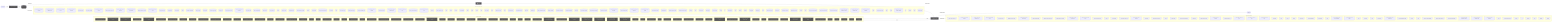
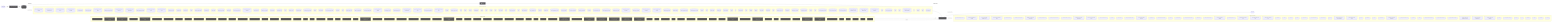
flowchart LR
  UserQ(["👤 User Query"])
  Embed["📐 Embedding Model"]
  VecDB[("📚 Vector Store")]
  Retriever["🔍 Retriever"]
  LLMNode["🧠 LLM / Generator"]
  Output(["✅ Response"])
  UserQ -->|query| Embed
  Embed -->|vector| VecDB
  VecDB -->|top-k chunks| Retriever
  Retriever -->|context + query| LLMNode
  LLMNode -->|generated answer| Output
  subgraph DetectedMemory["Detected memory stores"]
    det_detectedmemory_check_steering_feedback_contract_80134459[("check-steering-feedback-contract")]
    det_detectedmemory_prompt_context_drift_validate_runner_c8ecc6f5[("prompt-context-drift-validate-runner")]
    det_detectedmemory_prompt_context_drift_write_runner_69e6a4fd[("prompt-context-drift-write-runner")]
    det_detectedmemory_normalize_workflow_contracts_8701f1c8[("normalize-workflow-contracts")]
    det_detectedmemory_run_harness_evals_77704768[("run-harness-evals")]
    det_detectedmemory_sync_codex_preflight_7e7a8dc2[("sync-codex-preflight")]
    det_detectedmemory_test_harness_upgrade_matrix_84113c4e[("test-harness-upgrade-matrix")]
    det_detectedmemory_validate_prompt_context_drift_8c949ef6[("validate-prompt-context-drift")]
    det_detectedmemory_validate_runtime_packet_schemas_bc3ba8ec[("validate-runtime-packet-schemas")]
    det_detectedmemory_validate_system_prompt_gap_adoption_62d8c955[("validate-system-prompt-gap-adoption")]
    det_detectedmemory_validate_workflow_contracts_33dc063c[("validate-workflow-contracts")]
+     det_detectedmemory_write_agent_native_ratchet_report_67cdbeea[("write-agent-native-ratchet-report")]
    det_detectedmemory_write_prompt_context_drift_report_71a4e149[("write-prompt-context-drift-report")]
    det_detectedmemory_branch_protect_core_a8feb0fd[("branch-protect-core")]
    det_detectedmemory_ci_migrate_core_7005b5af[("ci-migrate-core")]
    det_detectedmemory_context_health_80bb7da9[("context-health")]
    det_detectedmemory_context_ea7792a2[("context")]
    det_detectedmemory_docs_gate_classification_2f51c90b[("docs-gate-classification")]
    det_detectedmemory_docs_gate_types_d285abb6[("docs-gate-types")]
    det_detectedmemory_index_context_de3ed39d[("index-context")]
    det_detectedmemory_local_memory_preflight_dcc36c42[("local-memory-preflight")]
    det_detectedmemory_memory_gate_a577a506[("memory-gate")]
    det_detectedmemory_next_prompt_context_drift_3c5a93d5[("next-prompt-context-drift")]
    det_detectedmemory_next_recommendation_decisions_03315dd4[("next-recommendation-decisions")]
    det_detectedmemory_next_runner_state_be6fe997[("next-runner-state")]
    det_detectedmemory_pattern_scope_siblings_43abe000[("pattern-scope-siblings")]
    det_detectedmemory_review_context_ca6cf81d[("review-context")]
    det_detectedmemory_review_gate_core_4c8001f9[("review-gate-core")]
    det_detectedmemory_search_24193290[("search")]
    det_detectedmemory_session_context_e5ec72c0[("session-context")]
    det_detectedmemory_tooling_audit_core_328d6a41[("tooling-audit-core")]
    det_detectedmemory_run_local_memory_preflight_36e92808[("run-local-memory-preflight")]
    det_detectedmemory_checker_d2d2328e[("checker")]
    det_detectedmemory_context_health_1_ceb11829[("context-health")]
    det_detectedmemory_prompt_context_drift_surface_c1e30b42[("prompt-context-drift-surface")]
    det_detectedmemory_test_fixtures_c2f936b0[("test-fixtures")]
    det_detectedmemory_types_2_d9bc6e7a[("types")]
    det_detectedmemory_branch_protect_sync_570adb18[("branch-protect-sync")]
    det_detectedmemory_builtin_command_specs_ac7d392e[("builtin-command-specs")]
    det_detectedmemory_command_capability_rules_ca3f496a[("command-capability-rules")]
    det_detectedmemory_command_expected_artifacts_6469c2fb[("command-expected-artifacts")]
    det_detectedmemory_command_specs_core_1c0ffc99[("command-specs-core")]
+     det_detectedmemory_command_visibility_rules_83c6a86a[("command-visibility-rules")]
    det_detectedmemory_local_memory_preflight_command_spec_9e23f3ce[("local-memory-preflight-command-spec")]
    det_detectedmemory_memory_gate_command_spec_dc9001a9[("memory-gate-command-spec")]
    det_detectedmemory_review_gate_command_spec_3187376a[("review-gate-command-spec")]
    det_detectedmemory_session_context_command_spec_973afbb1[("session-context-command-spec")]
    det_detectedmemory_constants_7517017f[("constants")]
    det_detectedmemory_context_compact_policy_3dcaf95d[("context-compact-policy")]
    det_detectedmemory_index_3_7e40d474[("index")]
    det_detectedmemory_indexer_70fa78e5[("indexer")]
    det_detectedmemory_init_error_5c7dd49f[("init-error")]
    det_detectedmemory_lexical_fallback_723e2b3e[("lexical-fallback")]
    det_detectedmemory_ollama_76e3c7bf[("ollama")]
    det_detectedmemory_rollout_a4fa034c[("rollout")]
    det_detectedmemory_sources_878a52fc[("sources")]
    det_detectedmemory_store_824d80d7[("store")]
    det_detectedmemory_sync_contract_c79fa191[("sync-contract")]
    det_detectedmemory_types_8_f6283648[("types")]
    det_detectedmemory_harness_run_context_ac7c77a9[("harness-run-context")]
    det_detectedmemory_index_4_013aa0e3[("index")]
    det_detectedmemory_json_schema_core_96d7e328[("json-schema-core")]
    det_detectedmemory_policy_validators_core_714a3fe7[("policy-validators-core")]
    det_detectedmemory_types_core_e405ddca[("types-core")]
    det_detectedmemory_validator_core_4358f8ba[("validator-core")]
    det_detectedmemory_archive_candidates_scanner_d0931789[("archive-candidates-scanner")]
    det_detectedmemory_archive_candidates_dc0e40e1[("archive-candidates")]
    det_detectedmemory_docs_task_eval_contract_79347457[("docs-task-eval-contract")]
    det_detectedmemory_docs_task_eval_fixtures_44902755[("docs-task-eval-fixtures")]
    det_detectedmemory_init_modes_c05ceb07[("init-modes")]
    det_detectedmemory_project_brain_templates_7ef51530[("project-brain-templates")]
    det_detectedmemory_scaffold_diagram_templates_dd88e83c[("scaffold-diagram-templates")]
    det_detectedmemory_scaffold_doc_templates_f6152330[("scaffold-doc-templates")]
    det_detectedmemory_scaffold_environment_templates_c1ceba6a[("scaffold-environment-templates")]
    det_detectedmemory_scaffold_hook_templates_8c74ab50[("scaffold-hook-templates")]
    det_detectedmemory_scaffold_root_command_templates_404fed7f[("scaffold-root-command-templates")]
    det_detectedmemory_scaffold_script_template_registry_69312d4e[("scaffold-script-template-registry")]
    det_detectedmemory_scaffold_shell_templates_0ad0f915[("scaffold-shell-templates")]
    det_detectedmemory_scaffold_surfaces_12d6494e[("scaffold-surfaces")]
    det_detectedmemory_scaffold_template_registry_b1cce2aa[("scaffold-template-registry")]
    det_detectedmemory_scaffold_workflow_template_92310587[("scaffold-workflow-template")]
    det_detectedmemory_eval_seed_5699fd3e[("eval-seed")]
    det_detectedmemory_index_10_f6785a46[("index")]
    det_detectedmemory_review_context_1_e3afed15[("review-context")]
    det_detectedmemory_memory_gate_1_265164ac[("memory-gate")]
    det_detectedmemory_branch_enforcer_acb749cd[("branch-enforcer")]
    det_detectedmemory_cli_args_5_09ea29f0[("cli-args")]
    det_detectedmemory_cli_7_dc4a9f7f[("cli")]
    det_detectedmemory_metrics_tracker_98cec29c[("metrics-tracker")]
    det_detectedmemory_types_20_071a0112[("types")]
    det_detectedmemory_validator_5_b19ac2be[("validator")]
    det_detectedmemory_classifier_fe1991a9[("classifier")]
    det_detectedmemory_tooling_paths_560ac80d[("tooling-paths")]
    det_detectedmemory_claim_helpers_20dc8387[("claim-helpers")]
    det_detectedmemory_types_25_89d086aa[("types")]
    det_detectedmemory_local_memory_smoke_1175abfc[("local-memory-smoke")]
    det_detectedmemory_local_memory_0db17ecc[("local-memory")]
    det_detectedmemory_performance_overload_c685bfcf[("performance-overload")]
    det_detectedmemory_suggestion_generator_0956f794[("suggestion-generator")]
    det_detectedmemory_git_head_7346fd6a[("git-head")]
    det_detectedmemory_index_12_762ec91b[("index")]
    det_detectedmemory_prompt_context_drift_builder_a451c7dd[("prompt-context-drift-builder")]
    det_detectedmemory_prompt_context_drift_report_3257a95c[("prompt-context-drift-report")]
    det_detectedmemory_prompt_context_drift_types_ba6863d4[("prompt-context-drift-types")]
    det_detectedmemory_prompt_context_drift_validation_evidence_21f0336f[("prompt-context-drift-validation-evidence")]
    det_detectedmemory_prompt_context_drift_validation_utils_2285f4ac[("prompt-context-drift-validation-utils")]
    det_detectedmemory_prompt_context_drift_validation_8fc01719[("prompt-context-drift-validation")]
    det_detectedmemory_index_13_97df39c8[("index")]
    det_detectedmemory_prompt_context_receipt_17b862b2[("prompt-context-receipt")]
    det_detectedmemory_types_32_bfe791ff[("types")]
    det_detectedmemory_policy_1_fc4198db[("policy")]
    det_detectedmemory_runtime_card_codex_runtime_validation_d8ce9934[("runtime-card-codex-runtime-validation")]
    det_detectedmemory_cli_12_01c06c37[("cli")]
    det_detectedmemory_collector_0736fd5b[("collector")]
    det_detectedmemory_types_35_93e66c64[("types")]
    det_detectedmemory_overload_guard_2748c559[("overload-guard")]
  end
  VecDB -. "implemented by" .-> DetectedMemory
  subgraph DetectedLLM["Detected LLM clients"]
    det_detectedllm_check_codex_agent_roles_5bb2e89b["check-codex-agent-roles"]
    det_detectedllm_check_steering_feedback_contract_80134459["check-steering-feedback-contract"]
    det_detectedllm_prompt_context_drift_validate_runner_c8ecc6f5["prompt-context-drift-validate-runner"]
    det_detectedllm_prompt_context_drift_write_runner_69e6a4fd["prompt-context-drift-write-runner"]
    det_detectedllm_run_harness_evals_77704768["run-harness-evals"]
    det_detectedllm_validate_decision_request_2e5c325e["validate-decision-request"]
    det_detectedllm_validate_goal_completion_audit_receipt_100d252c["validate-goal-completion-audit-receipt"]
    det_detectedllm_validate_packaged_skill_5e32c890["validate-packaged-skill"]
    det_detectedllm_validate_prompt_context_drift_8c949ef6["validate-prompt-context-drift"]
    det_detectedllm_validate_reviewer_coverage_251efee3["validate-reviewer-coverage"]
    det_detectedllm_validate_system_prompt_gap_adoption_62d8c955["validate-system-prompt-gap-adoption"]
    det_detectedllm_write_prompt_context_drift_report_71a4e149["write-prompt-context-drift-report"]
    det_detectedllm_check_environment_core_2c16213f["check-environment-core"]
    det_detectedllm_context_ea7792a2["context"]
    det_detectedllm_index_context_de3ed39d["index-context"]
    det_detectedllm_next_prompt_context_drift_3c5a93d5["next-prompt-context-drift"]
    det_detectedllm_next_recommendation_decisions_03315dd4["next-recommendation-decisions"]
    det_detectedllm_prompt_gate_c5e9d207["prompt-gate"]
    det_detectedllm_remediate_runner_helpers_929fedcc["remediate-runner-helpers"]
    det_detectedllm_search_24193290["search"]
    det_detectedllm_context_health_1_ceb11829["context-health"]
    det_detectedllm_prompt_context_drift_surface_c1e30b42["prompt-context-drift-surface"]
    det_detectedllm_test_fixtures_c2f936b0["test-fixtures"]
    det_detectedllm_builtin_command_specs_ac7d392e["builtin-command-specs"]
    det_detectedllm_command_expected_artifacts_6469c2fb["command-expected-artifacts"]
    det_detectedllm_command_specs_core_1c0ffc99["command-specs-core"]
    det_detectedllm_pilot_evaluate_command_spec_1084ea72["pilot-evaluate-command-spec"]
    det_detectedllm_pilot_rollback_command_spec_4fe69f7d["pilot-rollback-command-spec"]
    det_detectedllm_prompt_gate_command_spec_9a941482["prompt-gate-command-spec"]
    det_detectedllm_constants_7517017f["constants"]
    det_detectedllm_index_3_7e40d474["index"]
    det_detectedllm_indexer_70fa78e5["indexer"]
    det_detectedllm_ollama_76e3c7bf["ollama"]
    det_detectedllm_sync_contract_c79fa191["sync-contract"]
    det_detectedllm_north_star_validators_cfc926ce["north-star-validators"]
    det_detectedllm_hilt_boundary_9b36fb15["hilt-boundary"]
    det_detectedllm_types_10_75e5a4a0["types"]
    det_detectedllm_goal_completion_audit_receipt_validation_9d0f4891["goal-completion-audit-receipt-validation"]
    det_detectedllm_goal_completion_audit_receipt_5e4939c3["goal-completion-audit-receipt"]
    det_detectedllm_index_5_522f772a["index"]
    det_detectedllm_constants_1_a84e15f0["constants"]
    det_detectedllm_types_18_37582e2a["types"]
    det_detectedllm_sensitive_text_7c11f760["sensitive-text"]
    det_detectedllm_pr_template_linked_issue_relationship_a7b61f2c["pr-template-linked-issue-relationship"]
    det_detectedllm_pr_template_validator_rules_20a32d6b["pr-template-validator-rules"]
    det_detectedllm_git_head_7346fd6a["git-head"]
    det_detectedllm_index_12_762ec91b["index"]
    det_detectedllm_prompt_context_drift_builder_a451c7dd["prompt-context-drift-builder"]
    det_detectedllm_prompt_context_drift_report_3257a95c["prompt-context-drift-report"]
    det_detectedllm_prompt_context_drift_types_ba6863d4["prompt-context-drift-types"]
    det_detectedllm_prompt_context_drift_validation_evidence_21f0336f["prompt-context-drift-validation-evidence"]
    det_detectedllm_prompt_context_drift_validation_utils_2285f4ac["prompt-context-drift-validation-utils"]
    det_detectedllm_prompt_context_drift_validation_8fc01719["prompt-context-drift-validation"]
    det_detectedllm_index_13_97df39c8["index"]
    det_detectedllm_prompt_context_receipt_17b862b2["prompt-context-receipt"]
    det_detectedllm_cli_args_9_9c136878["cli-args"]
    det_detectedllm_cli_11_338a8415["cli"]
    det_detectedllm_sections_4697ef32["sections"]
    det_detectedllm_types_28_4476fcc6["types"]
    det_detectedllm_validator_7_f836eb0e["validator"]
    det_detectedllm_cli_args_10_861cdd3f["cli-args"]
  end
  LLMNode -. "implemented by" .-> DetectedLLM
  subgraph DetectedTools["Agentic tool calls"]
    det_detectedtools_check_codex_agent_roles_5bb2e89b["🔧 check-codex-agent-roles"]
    det_detectedtools_check_steering_feedback_contract_80134459["🔧 check-steering-feedback-contract"]
    det_detectedtools_check_tooling_baseline_parity_3124b30a["🔧 check-tooling-baseline-parity"]
    det_detectedtools_run_harness_evals_77704768["🔧 run-harness-evals"]
    det_detectedtools_validate_action_review_receipt_fa2f06c3["🔧 validate-action-review-receipt"]
    det_detectedtools_validate_packaged_skill_5e32c890["🔧 validate-packaged-skill"]
    det_detectedtools_validate_replay_packet_f309747e["🔧 validate-replay-packet"]
    det_detectedtools_ci_migrate_core_7005b5af["🔧 ci-migrate-core"]
    det_detectedtools_doctor_checks_5a2eb2b9["🔧 doctor-checks"]
    det_detectedtools_doctor_github_tool_check_e0a938df["🔧 doctor-github-tool-check"]
    det_detectedtools_doctor_github_tool_checks_a53b0382["🔧 doctor-github-tool-checks"]
    det_detectedtools_doctor_tool_checks_4acac51a["🔧 doctor-tool-checks"]
    det_detectedtools_fleet_plan_repo_ecdc6499["🔧 fleet-plan-repo"]
    det_detectedtools_next_blocked_decisions_4140ad2b["🔧 next-blocked-decisions"]
    det_detectedtools_next_pr_closeout_contract_af31d30a["🔧 next-pr-closeout-contract"]
    det_detectedtools_policy_gate_213f7313["🔧 policy-gate"]
    det_detectedtools_remediate_cli_output_cc165396["🔧 remediate-cli-output"]
    det_detectedtools_remediate_runner_helpers_929fedcc["🔧 remediate-runner-helpers"]
    det_detectedtools_review_gate_core_4c8001f9["🔧 review-gate-core"]
    det_detectedtools_index_1bc04b52["🔧 index"]
    det_detectedtools_types_1_4ecdf56e["🔧 types"]
    det_detectedtools_validation_constants_e002a0f6["🔧 validation-constants"]
    det_detectedtools_validation_98c41dcd["🔧 validation"]
    det_detectedtools_checker_d2d2328e["🔧 checker"]
    det_detectedtools_shared_state_policy_edc9c4db["🔧 shared-state-policy"]
    det_detectedtools_cli_args_1_6144b055["🔧 cli-args"]
+     det_detectedtools_command_agent_native_capability_rules_b491ef6c["🔧 command-agent-native-capability-rules"]
    det_detectedtools_command_capabilities_a4d5c71e["🔧 command-capabilities"]
    det_detectedtools_command_capability_rules_ca3f496a["🔧 command-capability-rules"]
+     det_detectedtools_command_visibility_rules_83c6a86a["🔧 command-visibility-rules"]
    det_detectedtools_linear_command_actions_e430f4f4["🔧 linear-command-actions"]
    det_detectedtools_linear_command_runner_4a740dfc["🔧 linear-command-runner"]
    det_detectedtools_policy_validators_core_714a3fe7["🔧 policy-validators-core"]
    det_detectedtools_shared_state_action_validator_e7b128cd["🔧 shared-state-action-validator"]
    det_detectedtools_types_core_e405ddca["🔧 types-core"]
    det_detectedtools_validator_core_4358f8ba["🔧 validator-core"]
    det_detectedtools_validator_helpers_7b927667["🔧 validator-helpers"]
    det_detectedtools_he_phase_exit_core_1148895b["🔧 he-phase-exit-core"]
    det_detectedtools_environment_runtime_3206f0a8["🔧 environment-runtime"]
    det_detectedtools_observed_skill_usage_ed7d5930["🔧 observed-skill-usage"]
    det_detectedtools_closure_evidence_aaa31467["🔧 closure-evidence"]
    det_detectedtools_pr_creator_dc6b1ea4["🔧 pr-creator"]
    det_detectedtools_client_948fe603["🔧 client"]
    det_detectedtools_init_output_360dce91["🔧 init-output"]
    det_detectedtools_scaffold_ci_templates_2afd6392["🔧 scaffold-ci-templates"]
    det_detectedtools_scaffold_codex_environment_templates_334fbbed["🔧 scaffold-codex-environment-templates"]
    det_detectedtools_scaffold_config_templates_4b80ce53["🔧 scaffold-config-templates"]
    det_detectedtools_scaffold_environment_templates_c1ceba6a["🔧 scaffold-environment-templates"]
    det_detectedtools_scaffold_github_actions_pr_pipeline_renderer_1ee18de5["🔧 scaffold-github-actions-pr-pipeline-renderer"]
    det_detectedtools_scaffold_github_actions_pr_pipeline_template_e2b85f62["🔧 scaffold-github-actions-pr-pipeline-template"]
    det_detectedtools_scaffold_package_command_template_80e32e83["🔧 scaffold-package-command-template"]
    det_detectedtools_scaffold_release_private_npm_template_075499f8["🔧 scaffold-release-private-npm-template"]
    det_detectedtools_constants_1_a84e15f0["🔧 constants"]
    det_detectedtools_index_9_32dd4d91["🔧 index"]
    det_detectedtools_validation_common_6161e48b["🔧 validation-common"]
    det_detectedtools_cli_7_dc4a9f7f["🔧 cli"]
    det_detectedtools_metrics_tracker_98cec29c["🔧 metrics-tracker"]
    det_detectedtools_normalise_renderer_85f2e563["🔧 normalise-renderer"]
    det_detectedtools_evaluation_engine_core_e054fe49["🔧 evaluation-engine-core"]
    det_detectedtools_tooling_baseline_50ab2eeb["🔧 tooling-baseline"]
    det_detectedtools_tooling_paths_560ac80d["🔧 tooling-paths"]
    det_detectedtools_prompt_context_drift_report_3257a95c["🔧 prompt-context-drift-report"]
    det_detectedtools_prompt_context_drift_types_ba6863d4["🔧 prompt-context-drift-types"]
    det_detectedtools_prompt_context_drift_validation_utils_2285f4ac["🔧 prompt-context-drift-validation-utils"]
    det_detectedtools_replay_packet_a1293f88["🔧 replay-packet"]
    det_detectedtools_index_14_d982116c["🔧 index"]
    det_detectedtools_review_lifecycle_contract_e5447221["🔧 review-lifecycle-contract"]
    det_detectedtools_review_lifecycle_89afa64c["🔧 review-lifecycle"]
    det_detectedtools_runtime_card_codex_runtime_validation_d8ce9934["🔧 runtime-card-codex-runtime-validation"]
    det_detectedtools_runtime_card_codex_runtime_0655e230["🔧 runtime-card-codex-runtime"]
    det_detectedtools_runtime_evidence_bundle_d471a232["🔧 runtime-evidence-bundle"]
    det_detectedtools_types_37_32ccf9f9["🔧 types"]
    det_detectedtools_index_17_642943a2["🔧 index"]
    det_detectedtools_projection_1b250ea1["🔧 projection"]
    det_detectedtools_types_39_d07de160["🔧 types"]
    det_detectedtools_validation_8_b9fa10af["🔧 validation"]
  end
  LLMNode -->|tool use| DetectedTools
  DetectedTools -->|result| LLMNode
  classDef memNode fill:#555,color:#fff
  class VecDB,Retriever memNode
  classDef llmNode fill:#555,color:#fff
  class LLMNode,Embed llmNode
  classDef toolNode fill:#555,color:#fff
-   class det_detectedtools_check_codex_agent_roles_5bb2e89b,det_detectedtools_check_steering_feedback_contract_80134459,det_detectedtools_check_tooling_baseline_parity_3124b30a,det_detectedtools_run_harness_evals_77704768,det_detectedtools_validate_action_review_receipt_fa2f06c3,det_detectedtools_validate_packaged_skill_5e32c890,det_detectedtools_validate_replay_packet_f309747e,det_detectedtools_ci_migrate_core_7005b5af,det_detectedtools_doctor_checks_5a2eb2b9,det_detectedtools_doctor_github_tool_check_e0a938df,det_detectedtools_doctor_github_tool_checks_a53b0382,det_detectedtools_doctor_tool_checks_4acac51a,det_detectedtools_fleet_plan_repo_ecdc6499,det_detectedtools_next_blocked_decisions_4140ad2b,det_detectedtools_next_pr_closeout_contract_af31d30a,det_detectedtools_policy_gate_213f7313,det_detectedtools_remediate_cli_output_cc165396,det_detectedtools_remediate_runner_helpers_929fedcc,det_detectedtools_review_gate_core_4c8001f9,det_detectedtools_index_1bc04b52,det_detectedtools_types_1_4ecdf56e,det_detectedtools_validation_constants_e002a0f6,det_detectedtools_validation_98c41dcd,det_detectedtools_checker_d2d2328e,det_detectedtools_shared_state_policy_edc9c4db,det_detectedtools_cli_args_1_6144b055,det_detectedtools_command_capabilities_a4d5c71e,det_detectedtools_command_capability_rules_ca3f496a,det_detectedtools_linear_command_actions_e430f4f4,det_detectedtools_linear_command_runner_4a740dfc,det_detectedtools_policy_validators_core_714a3fe7,det_detectedtools_shared_state_action_validator_e7b128cd,det_detectedtools_types_core_e405ddca,det_detectedtools_validator_core_4358f8ba,det_detectedtools_validator_helpers_7b927667,det_detectedtools_he_phase_exit_core_1148895b,det_detectedtools_environment_runtime_3206f0a8,det_detectedtools_observed_skill_usage_ed7d5930,det_detectedtools_closure_evidence_aaa31467,det_detectedtools_pr_creator_dc6b1ea4,det_detectedtools_client_948fe603,det_detectedtools_init_output_360dce91,det_detectedtools_scaffold_ci_templates_2afd6392,det_detectedtools_scaffold_codex_environment_templates_334fbbed,det_detectedtools_scaffold_config_templates_4b80ce53,det_detectedtools_scaffold_environment_templates_c1ceba6a,det_detectedtools_scaffold_github_actions_pr_pipeline_renderer_1ee18de5,det_detectedtools_scaffold_github_actions_pr_pipeline_template_e2b85f62,det_detectedtools_scaffold_package_command_template_80e32e83,det_detectedtools_scaffold_release_private_npm_template_075499f8,det_detectedtools_constants_1_a84e15f0,det_detectedtools_index_9_32dd4d91,det_detectedtools_validation_common_6161e48b,det_detectedtools_cli_7_dc4a9f7f,det_detectedtools_metrics_tracker_98cec29c,det_detectedtools_normalise_renderer_85f2e563,det_detectedtools_evaluation_engine_core_e054fe49,det_detectedtools_tooling_baseline_50ab2eeb,det_detectedtools_tooling_paths_560ac80d,det_detectedtools_prompt_context_drift_report_3257a95c,det_detectedtools_prompt_context_drift_types_ba6863d4,det_detectedtools_prompt_context_drift_validation_utils_2285f4ac,det_detectedtools_replay_packet_a1293f88,det_detectedtools_index_14_d982116c,det_detectedtools_review_lifecycle_contract_e5447221,det_detectedtools_review_lifecycle_89afa64c,det_detectedtools_runtime_card_codex_runtime_validation_d8ce9934,det_detectedtools_runtime_card_codex_runtime_0655e230,det_detectedtools_runtime_evidence_bundle_d471a232,det_detectedtools_types_37_32ccf9f9,det_detectedtools_index_17_642943a2,det_detectedtools_projection_1b250ea1,det_detectedtools_types_39_d07de160,det_detectedtools_validation_8_b9fa10af toolNode
+   class det_detectedtools_check_codex_agent_roles_5bb2e89b,det_detectedtools_check_steering_feedback_contract_80134459,det_detectedtools_check_tooling_baseline_parity_3124b30a,det_detectedtools_run_harness_evals_77704768,det_detectedtools_validate_action_review_receipt_fa2f06c3,det_detectedtools_validate_packaged_skill_5e32c890,det_detectedtools_validate_replay_packet_f309747e,det_detectedtools_ci_migrate_core_7005b5af,det_detectedtools_doctor_checks_5a2eb2b9,det_detectedtools_doctor_github_tool_check_e0a938df,det_detectedtools_doctor_github_tool_checks_a53b0382,det_detectedtools_doctor_tool_checks_4acac51a,det_detectedtools_fleet_plan_repo_ecdc6499,det_detectedtools_next_blocked_decisions_4140ad2b,det_detectedtools_next_pr_closeout_contract_af31d30a,det_detectedtools_policy_gate_213f7313,det_detectedtools_remediate_cli_output_cc165396,det_detectedtools_remediate_runner_helpers_929fedcc,det_detectedtools_review_gate_core_4c8001f9,det_detectedtools_index_1bc04b52,det_detectedtools_types_1_4ecdf56e,det_detectedtools_validation_constants_e002a0f6,det_detectedtools_validation_98c41dcd,det_detectedtools_checker_d2d2328e,det_detectedtools_shared_state_policy_edc9c4db,det_detectedtools_cli_args_1_6144b055,det_detectedtools_command_agent_native_capability_rules_b491ef6c,det_detectedtools_command_capabilities_a4d5c71e,det_detectedtools_command_capability_rules_ca3f496a,det_detectedtools_command_visibility_rules_83c6a86a,det_detectedtools_linear_command_actions_e430f4f4,det_detectedtools_linear_command_runner_4a740dfc,det_detectedtools_policy_validators_core_714a3fe7,det_detectedtools_shared_state_action_validator_e7b128cd,det_detectedtools_types_core_e405ddca,det_detectedtools_validator_core_4358f8ba,det_detectedtools_validator_helpers_7b927667,det_detectedtools_he_phase_exit_core_1148895b,det_detectedtools_environment_runtime_3206f0a8,det_detectedtools_observed_skill_usage_ed7d5930,det_detectedtools_closure_evidence_aaa31467,det_detectedtools_pr_creator_dc6b1ea4,det_detectedtools_client_948fe603,det_detectedtools_init_output_360dce91,det_detectedtools_scaffold_ci_templates_2afd6392,det_detectedtools_scaffold_codex_environment_templates_334fbbed,det_detectedtools_scaffold_config_templates_4b80ce53,det_detectedtools_scaffold_environment_templates_c1ceba6a,det_detectedtools_scaffold_github_actions_pr_pipeline_renderer_1ee18de5,det_detectedtools_scaffold_github_actions_pr_pipeline_template_e2b85f62,det_detectedtools_scaffold_package_command_template_80e32e83,det_detectedtools_scaffold_release_private_npm_template_075499f8,det_detectedtools_constants_1_a84e15f0,det_detectedtools_index_9_32dd4d91,det_detectedtools_validation_common_6161e48b,det_detectedtools_cli_7_dc4a9f7f,det_detectedtools_metrics_tracker_98cec29c,det_detectedtools_normalise_renderer_85f2e563,det_detectedtools_evaluation_engine_core_e054fe49,det_detectedtools_tooling_baseline_50ab2eeb,det_detectedtools_tooling_paths_560ac80d,det_detectedtools_prompt_context_drift_report_3257a95c,det_detectedtools_prompt_context_drift_types_ba6863d4,det_detectedtools_prompt_context_drift_validation_utils_2285f4ac,det_detectedtools_replay_packet_a1293f88,det_detectedtools_index_14_d982116c,det_detectedtools_review_lifecycle_contract_e5447221,det_detectedtools_review_lifecycle_89afa64c,det_detectedtools_runtime_card_codex_runtime_validation_d8ce9934,det_detectedtools_runtime_card_codex_runtime_0655e230,det_detectedtools_runtime_evidence_bundle_d471a232,det_detectedtools_types_37_32ccf9f9,det_detectedtools_index_17_642943a2,det_detectedtools_projection_1b250ea1,det_detectedtools_types_39_d07de160,det_detectedtools_validation_8_b9fa10af toolNode
